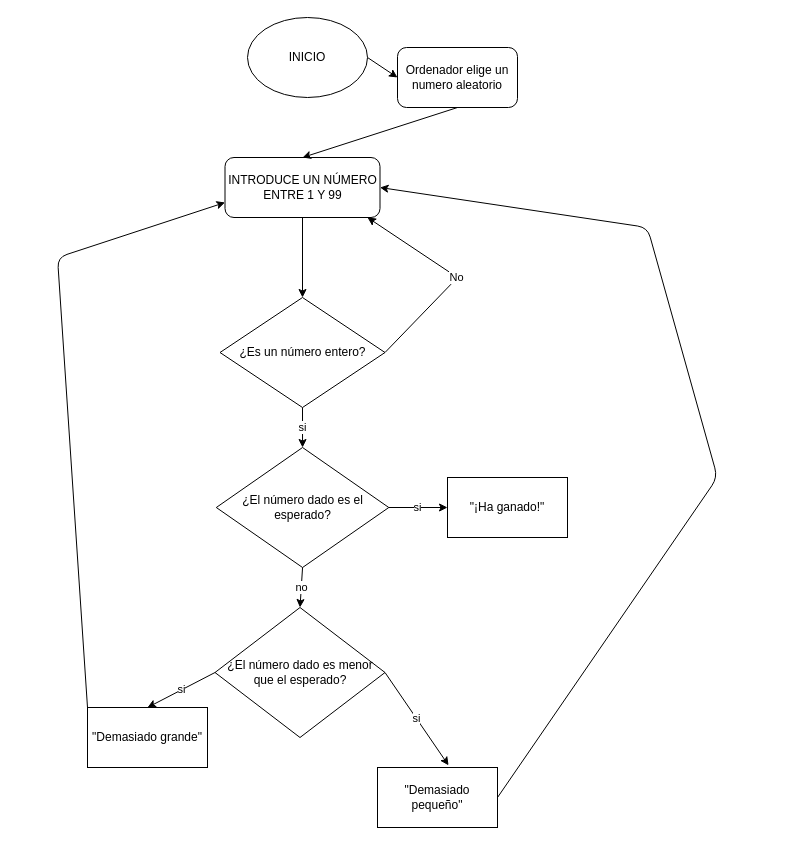
Earlier version of the draw.io diagram diagrama.drawio (valuvilla/3.Adivina_un_numero_valentina_villalobos). Source tidied: cells renumbered, new cells numbered last; positions are measured from the earlier drawing's top-left corner, leaving out a move shared by most shapes. Both pictures are drawn from the tidied source at 100%, with x=0, y=0 at pixel (57, 17).
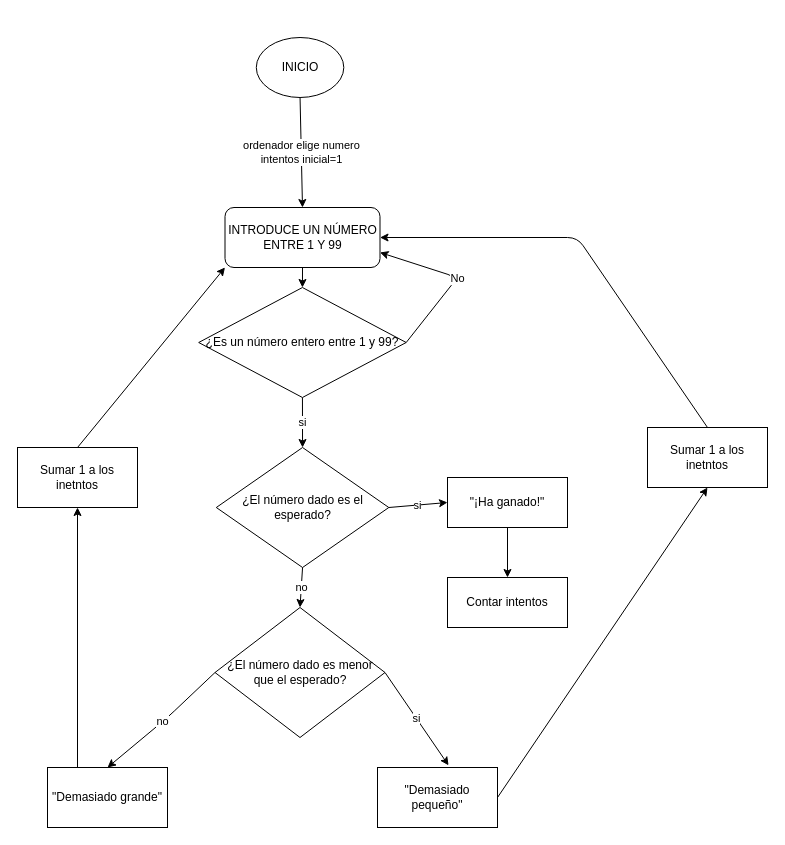
After the change.

The change refers to these unchanged cells:
```xml
<mxCell id="8" value="¿El número dado es menor que el esperado?" style="rhombus;whiteSpace=wrap;html=1;" parent="1" vertex="1">
  <mxGeometry x="157.5" y="590" width="170" height="130" as="geometry" />
</mxCell>
<mxCell id="12" value="&quot;Demasiado pequeño&quot;" style="rounded=0;whiteSpace=wrap;html=1;" parent="1" vertex="1">
  <mxGeometry x="320" y="750" width="120" height="60" as="geometry" />
</mxCell>
```

Diff of the diagram source:
```diff
@@
-    <mxCell id="2" style="edgeStyle=none;html=1;exitX=1;exitY=0.5;exitDx=0;exitDy=0;entryX=0;entryY=0.5;entryDx=0;entryDy=0;" parent="1" edge="1" source="3" target="22">
+    <mxCell id="2" value="ordenador elige numero&lt;br&gt;intentos inicial=1" style="edgeStyle=none;html=1;exitX=0.5;exitY=1;exitDx=0;exitDy=0;entryX=0.5;entryY=0;entryDx=0;entryDy=0;" parent="1" edge="1" source="3" target="5">
       <mxGeometry relative="1" as="geometry" />
     </mxCell>
     <mxCell id="3" value="INICIO" style="ellipse;whiteSpace=wrap;html=1;" parent="1" vertex="1">
-      <mxGeometry x="190" width="120" height="80" as="geometry" />
+      <mxGeometry x="198.8" y="20" width="87.5" height="60" as="geometry" />
     </mxCell>
@@
     <mxCell id="5" value="INTRODUCE UN NÚMERO ENTRE 1 Y 99" style="rounded=1;whiteSpace=wrap;html=1;" parent="1" vertex="1">
-      <mxGeometry x="167.5" y="140" width="155" height="60" as="geometry" />
+      <mxGeometry x="167.5" y="190" width="155" height="60" as="geometry" />
     </mxCell>
-    <mxCell id="6" value="¿Es un número entero?" style="rhombus;whiteSpace=wrap;html=1;" parent="1" vertex="1">
-      <mxGeometry x="162.5" y="280" width="165" height="110" as="geometry" />
+    <mxCell id="6" value="¿Es un número entero entre 1 y 99?" style="rhombus;whiteSpace=wrap;html=1;" parent="1" vertex="1">
+      <mxGeometry x="141.2" y="270" width="207.5" height="110" as="geometry" />
     </mxCell>
@@
-    <mxCell id="9" style="edgeStyle=none;html=1;exitX=0;exitY=0;exitDx=0;exitDy=0;entryX=0;entryY=0.75;entryDx=0;entryDy=0;" parent="1" edge="1" source="10" target="5">
-      <mxGeometry relative="1" as="geometry">
-        <Array as="points">
-          <mxPoint y="240" />
-        </Array>
-      </mxGeometry>
-    </mxCell>
     <mxCell id="10" value="&quot;Demasiado grande&quot;" style="rounded=0;whiteSpace=wrap;html=1;" parent="1" vertex="1">
-      <mxGeometry x="30" y="690" width="120" height="60" as="geometry" />
+      <mxGeometry x="-10" y="750" width="120" height="60" as="geometry" />
     </mxCell>
-    <mxCell id="11" style="edgeStyle=none;html=1;exitX=1;exitY=0.5;exitDx=0;exitDy=0;entryX=1;entryY=0.5;entryDx=0;entryDy=0;" parent="1" edge="1" source="12" target="5">
-      <mxGeometry relative="1" as="geometry">
-        <Array as="points">
-          <mxPoint x="660" y="460" />
-          <mxPoint x="590" y="210" />
-        </Array>
-      </mxGeometry>
-    </mxCell>
+    <mxCell id="23" style="edgeStyle=none;html=1;exitX=1;exitY=0.5;exitDx=0;exitDy=0;entryX=0.5;entryY=1;entryDx=0;entryDy=0;" parent="1" edge="1" source="12" target="26">
+      <mxGeometry relative="1" as="geometry" />
+    </mxCell>
@@
+    <mxCell id="24" style="edgeStyle=none;html=1;exitX=0.5;exitY=1;exitDx=0;exitDy=0;entryX=0.5;entryY=0;entryDx=0;entryDy=0;" parent="1" edge="1" source="13">
+      <mxGeometry relative="1" as="geometry">
+        <mxPoint x="450" y="560" as="targetPoint" />
+      </mxGeometry>
+    </mxCell>
     <mxCell id="13" value="&quot;¡Ha ganado!&quot;" style="rounded=0;whiteSpace=wrap;html=1;" parent="1" vertex="1">
-      <mxGeometry x="390" y="460" width="120" height="60" as="geometry" />
+      <mxGeometry x="390" y="460" width="120" height="50" as="geometry" />
     </mxCell>
@@
-    <mxCell id="15" style="endArrow=classic;html=1;exitX=1;exitY=0.5;exitDx=0;exitDy=0;" parent="1" edge="1" source="6">
+    <mxCell id="15" style="endArrow=classic;html=1;exitX=1;exitY=0.5;exitDx=0;exitDy=0;entryX=1;entryY=0.75;entryDx=0;entryDy=0;" parent="1" edge="1" source="6" target="5">
       <mxGeometry relative="1" as="geometry">
-        <mxPoint x="310" y="200" as="targetPoint" />
         <Array as="points">
           <mxPoint x="400" y="260" />
         </Array>
       </mxGeometry>
     </mxCell>
@@
-    <mxCell id="20" value="si" style="edgeStyle=none;html=1;exitX=0;exitY=0.5;exitDx=0;exitDy=0;entryX=0.5;entryY=0;entryDx=0;entryDy=0;" parent="1" edge="1" source="8" target="10">
-      <mxGeometry relative="1" as="geometry" />
+    <mxCell id="20" value="no" style="edgeStyle=none;html=1;exitX=0;exitY=0.5;exitDx=0;exitDy=0;entryX=0.5;entryY=0;entryDx=0;entryDy=0;" parent="1" edge="1" source="8" target="10">
+      <mxGeometry relative="1" as="geometry">
+        <Array as="points">
+          <mxPoint x="110" y="700" />
+        </Array>
+      </mxGeometry>
     </mxCell>
-    <mxCell id="21" style="edgeStyle=none;html=1;exitX=0.5;exitY=1;exitDx=0;exitDy=0;entryX=0.5;entryY=0;entryDx=0;entryDy=0;" parent="1" edge="1" source="22" target="5">
-      <mxGeometry relative="1" as="geometry" />
-    </mxCell>
-    <mxCell id="22" value="Ordenador elige un numero aleatorio" style="rounded=1;whiteSpace=wrap;html=1;" parent="1" vertex="1">
-      <mxGeometry x="340" y="30" width="120" height="60" as="geometry" />
-    </mxCell>
+    <mxCell id="25" value="Contar intentos" style="rounded=0;whiteSpace=wrap;html=1;" parent="1" vertex="1">
+      <mxGeometry x="390" y="560" width="120" height="50" as="geometry" />
+    </mxCell>
+    <mxCell id="26" value="Sumar 1 a los inetntos" style="rounded=0;whiteSpace=wrap;html=1;" parent="1" vertex="1">
+      <mxGeometry x="590" y="410" width="120" height="60" as="geometry" />
+    </mxCell>
+    <mxCell id="27" style="edgeStyle=none;html=1;exitX=0.25;exitY=0;exitDx=0;exitDy=0;entryX=0.5;entryY=1;entryDx=0;entryDy=0;" parent="1" edge="1" source="10" target="28">
+      <mxGeometry relative="1" as="geometry" />
+    </mxCell>
+    <mxCell id="28" value="Sumar 1 a los inetntos" style="rounded=0;whiteSpace=wrap;html=1;" parent="1" vertex="1">
+      <mxGeometry x="-40" y="430" width="120" height="60" as="geometry" />
+    </mxCell>
+    <mxCell id="29" style="edgeStyle=none;html=1;exitX=0.5;exitY=0;exitDx=0;exitDy=0;entryX=1;entryY=0.5;entryDx=0;entryDy=0;" parent="1" edge="1" source="26" target="5">
+      <mxGeometry relative="1" as="geometry">
+        <Array as="points">
+          <mxPoint x="520" y="220" />
+        </Array>
+      </mxGeometry>
+    </mxCell>
+    <mxCell id="30" style="edgeStyle=none;html=1;exitX=0.5;exitY=0;exitDx=0;exitDy=0;entryX=0;entryY=1;entryDx=0;entryDy=0;" parent="1" edge="1" source="28" target="5">
+      <mxGeometry relative="1" as="geometry" />
+    </mxCell>
```
